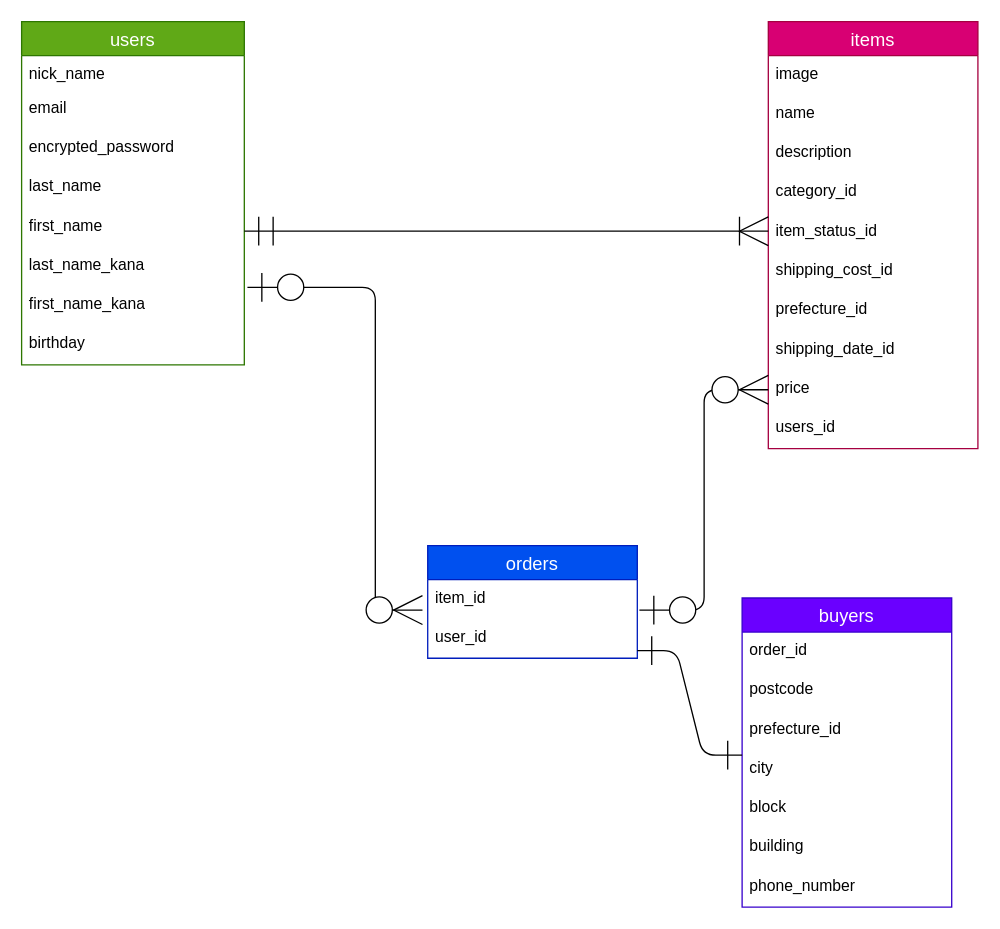
The draw.io diagram furima.dio in okamoto1207/furima-36672, before the edit. Source tidied: cells renumbered, new cells numbered last; positions are measured from the earlier drawing's top-left corner, leaving out a move shared by most shapes. Both pictures are drawn from the tidied source at 131%, with x=0, y=0 at pixel (21, 21).
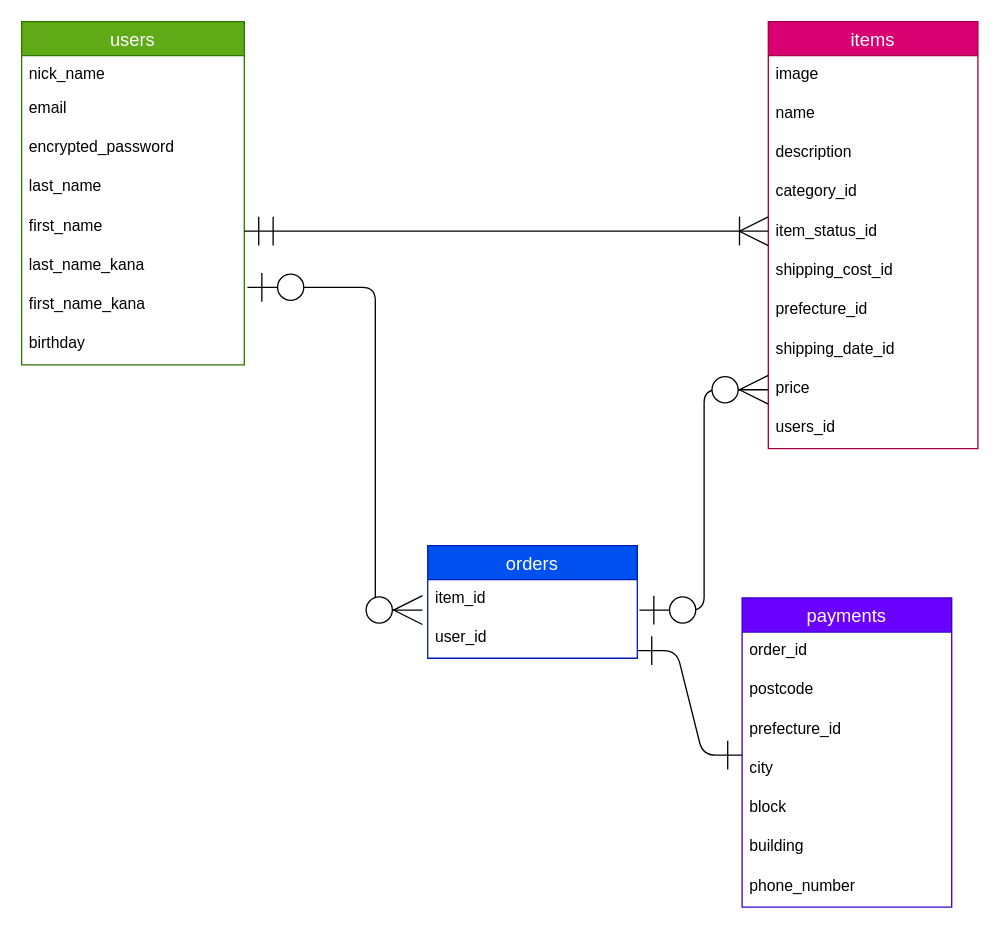
The same page after the edit.

Change to the diagram source:
```diff
@@
-    <mxCell id="28" value="buyers" style="swimlane;fontStyle=0;horizontal=1;startSize=26;align=center;fontSize=14;fillColor=#6a00ff;strokeColor=#3700CC;fontColor=#ffffff;" parent="1" vertex="1">
+    <mxCell id="28" value="payments" style="swimlane;fontStyle=0;horizontal=1;startSize=26;align=center;fontSize=14;fillColor=#6a00ff;strokeColor=#3700CC;fontColor=#ffffff;" parent="1" vertex="1">
       <mxGeometry x="550" y="440" width="160" height="236" as="geometry" />
     </mxCell>
```
